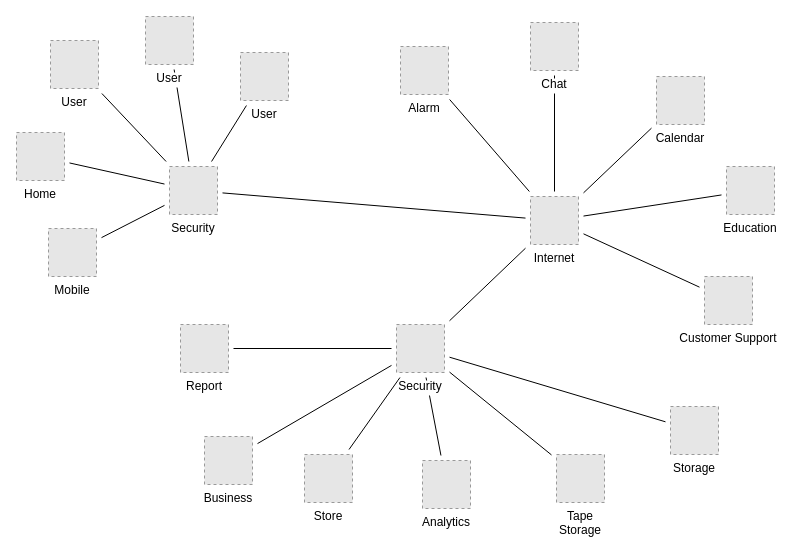
Before: Untitled Diagram.drawio in kuengla/Drawings, a draw.io diagram. Source tidied: cells renumbered, new cells numbered last; positions are measured from the earlier drawing's top-left corner, leaving out a move shared by most shapes. Both pictures are drawn from the tidied source at 100%, with x=0, y=0 at pixel (16, 16). Pictures stored in the file or linked from it are replaced by grey dashed boxes.
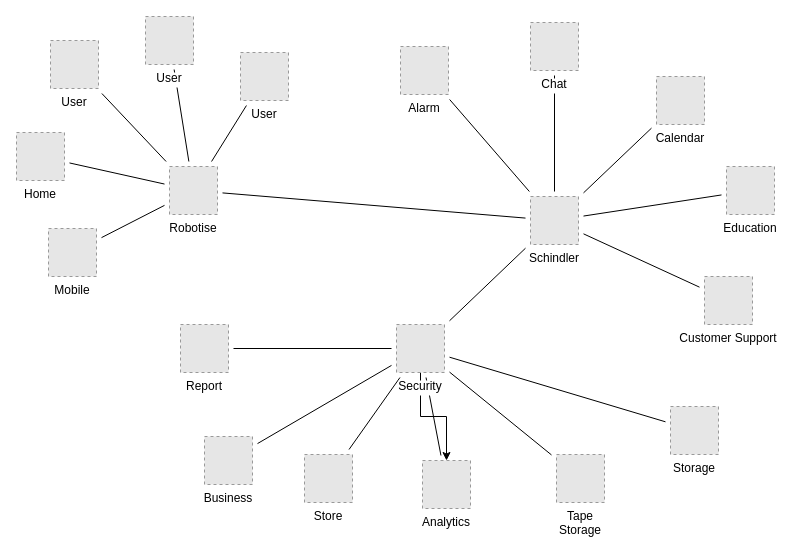
Above is the later version.

The change refers to these unchanged cells:
```xml
<mxCell id="33" value="Analytics" style="fillColor=#E6E6E6;strokeColor=#999999;dashed=1;verticalLabelPosition=bottom;verticalAlign=top;labelBackgroundColor=#ffffff;" parent="1" vertex="1">
  <mxGeometry x="406" y="444" width="48" height="48" as="geometry" />
</mxCell>
<mxCell id="38" value="Security" style="fillColor=#E6E6E6;strokeColor=#999999;dashed=1;verticalLabelPosition=bottom;verticalAlign=top;labelBackgroundColor=#ffffff;" parent="1" vertex="1">
  <mxGeometry x="380" y="308" width="48" height="48" as="geometry" />
</mxCell>
```

What changed in the source:
```diff
@@
-    <mxCell id="30" value="Internet" style="fillColor=#E6E6E6;strokeColor=#999999;dashed=1;verticalLabelPosition=bottom;verticalAlign=top;labelBackgroundColor=#ffffff;" parent="1" vertex="1">
+    <mxCell id="30" value="Schindler" style="fillColor=#E6E6E6;strokeColor=#999999;dashed=1;verticalLabelPosition=bottom;verticalAlign=top;labelBackgroundColor=#ffffff;" parent="1" vertex="1">
       <mxGeometry x="514" y="180" width="48" height="48" as="geometry" />
     </mxCell>
-    <mxCell id="31" value="Security" style="fillColor=#E6E6E6;strokeColor=#999999;dashed=1;verticalLabelPosition=bottom;verticalAlign=top;labelBackgroundColor=#ffffff;" parent="1" vertex="1">
+    <mxCell id="31" value="Robotise" style="fillColor=#E6E6E6;strokeColor=#999999;dashed=1;verticalLabelPosition=bottom;verticalAlign=top;fontFamily=Helvetica;fontSize=12;fontColor=#000000;align=center;" parent="1" vertex="1">
       <mxGeometry x="153" y="150" width="48" height="48" as="geometry" />
     </mxCell>
@@
+    <mxCell id="39" style="edgeStyle=orthogonalEdgeStyle;rounded=0;jettySize=auto;html=1;" parent="1" edge="1" source="38" target="33">
+      <mxGeometry relative="1" as="geometry" />
+    </mxCell>
```
